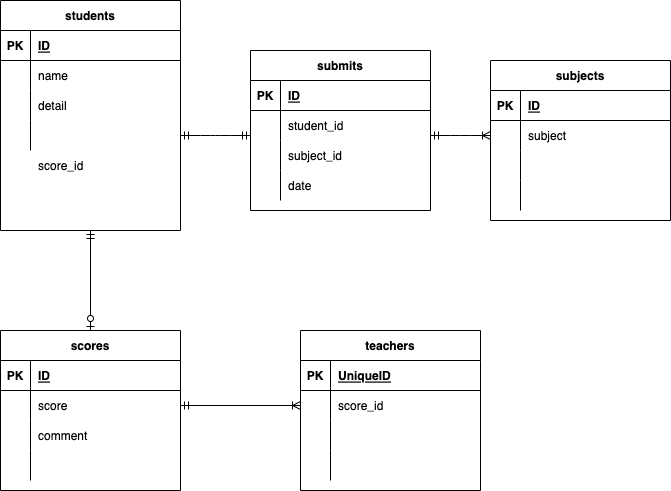
Before: test.drawio.png, a diagram exported from draw.io (nishihatakoh/databaseTest). Source tidied: cells renumbered, new cells last; positions are measured from the earlier drawing's top-left corner, leaving out a move shared by most shapes.
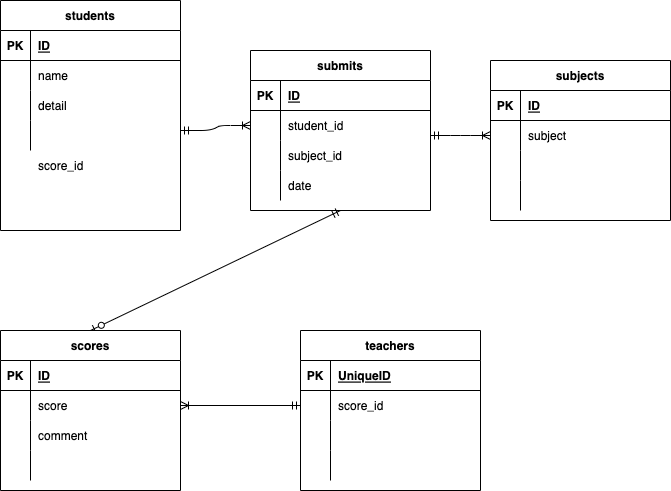
The same file after the commit.

Commit message:
tenth-comit

Change to the diagram source:
```diff
@@ -94,7 +94,7 @@
     <mxCell id="31" value="score_id" style="shape=partialRectangle;fillColor=none;top=0;left=0;bottom=0;right=0;align=left;spacingLeft=6;overflow=hidden;" parent="29" vertex="1">
       <mxGeometry x="30" width="150" height="30" as="geometry" />
     </mxCell>
-    <mxCell id="32" style="fontSize=12;html=1;endArrow=ERzeroToOne;startArrow=ERmandOne;exitX=0.5;exitY=1;exitDx=0;exitDy=0;entryX=0.5;entryY=0;entryDx=0;entryDy=0;" parent="1" edge="1" source="2" target="47">
+    <mxCell id="32" style="fontSize=12;html=1;endArrow=ERzeroToOne;startArrow=ERmandOne;exitX=0.5;exitY=1;exitDx=0;exitDy=0;entryX=0.5;entryY=0;entryDx=0;entryDy=0;" parent="1" edge="1" source="60" target="47">
       <mxGeometry relative="1" as="geometry" />
     </mxCell>
     <mxCell id="33" value="teachers" style="shape=table;startSize=30;rowLines=0;fontStyle=1;align=center;" parent="1" vertex="1">
@@ -136,9 +136,6 @@
     <mxCell id="45" style="shape=partialRectangle;fillColor=none;top=0;left=0;bottom=0;right=0;align=left;spacingLeft=6;overflow=hidden;" parent="43" vertex="1">
       <mxGeometry x="30" width="150" height="30" as="geometry" />
     </mxCell>
-    <mxCell id="46" style="fontSize=12;html=1;endArrow=ERoneToMany;startArrow=ERmandOne;entryX=0;entryY=0.5;entryDx=0;entryDy=0;exitX=1;exitY=0.5;exitDx=0;exitDy=0;" parent="1" edge="1" source="51" target="37">
-      <mxGeometry relative="1" as="geometry" />
-    </mxCell>
     <mxCell id="47" value="scores" style="shape=table;startSize=30;rowLines=0;fontStyle=1;align=center;" parent="1" vertex="1">
       <mxGeometry y="330" width="180" height="160" as="geometry" />
     </mxCell>
@@ -217,10 +214,13 @@
     <mxCell id="72" value="date" style="shape=partialRectangle;fillColor=none;top=0;left=0;bottom=0;right=0;align=left;spacingLeft=6;overflow=hidden;" parent="70" vertex="1">
       <mxGeometry x="30" width="150" height="30" as="geometry" />
     </mxCell>
-    <mxCell id="73" style="edgeStyle=entityRelationEdgeStyle;fontSize=12;html=1;endArrow=ERmandOne;startArrow=ERmandOne;exitX=1;exitY=0.5;exitDx=0;exitDy=0;" parent="1" edge="1" source="12">
-      <mxGeometry relative="1" as="geometry">
-        <mxPoint x="250" y="135" as="targetPoint" />
-      </mxGeometry>
-    </mxCell>
+    <mxCell id="74" style="edgeStyle=entityRelationEdgeStyle;fontSize=12;html=1;endArrow=ERoneToMany;startArrow=ERmandOne;" parent="1" edge="1" target="64">
+      <mxGeometry relative="1" as="geometry">
+        <mxPoint x="180" y="130" as="sourcePoint" />
+      </mxGeometry>
+    </mxCell>
+    <mxCell id="75" style="fontSize=12;html=1;endArrow=ERoneToMany;startArrow=ERmandOne;entryX=1;entryY=0.5;entryDx=0;entryDy=0;exitX=0;exitY=0.5;exitDx=0;exitDy=0;" parent="1" edge="1" source="37" target="51">
+      <mxGeometry relative="1" as="geometry" />
+    </mxCell>
   </root>
 </mxGraphModel>
```
